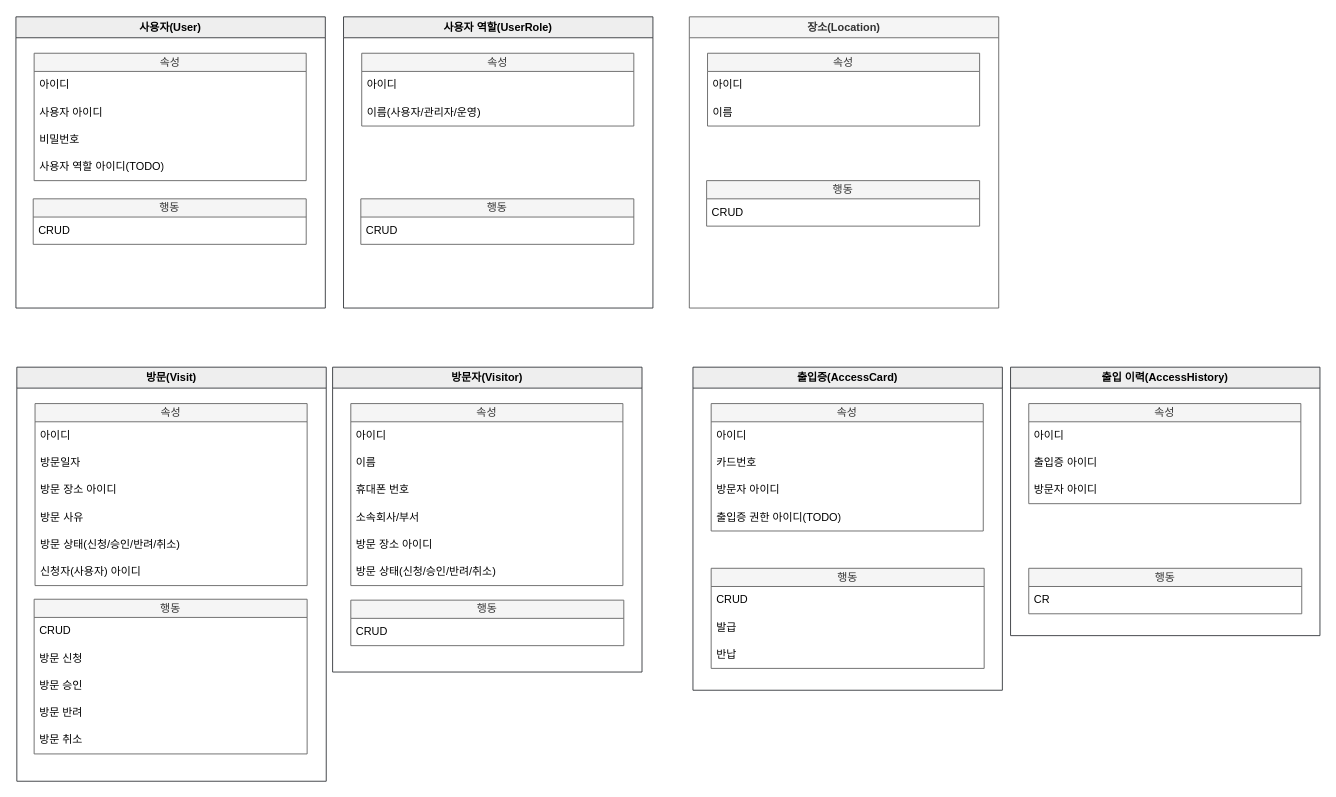
Earlier version of the draw.io diagram page "엔티티 설계" (1 of 2) of .docs/설계내용.drawio (TonyJev93/access-control-system-toypjt). Source tidied: cells renumbered, new cells numbered last; positions are measured from the earlier drawing's top-left corner, leaving out a move shared by most shapes. Both pictures are drawn from the tidied source at 91%, with x=0, y=0 at pixel (15, 16).
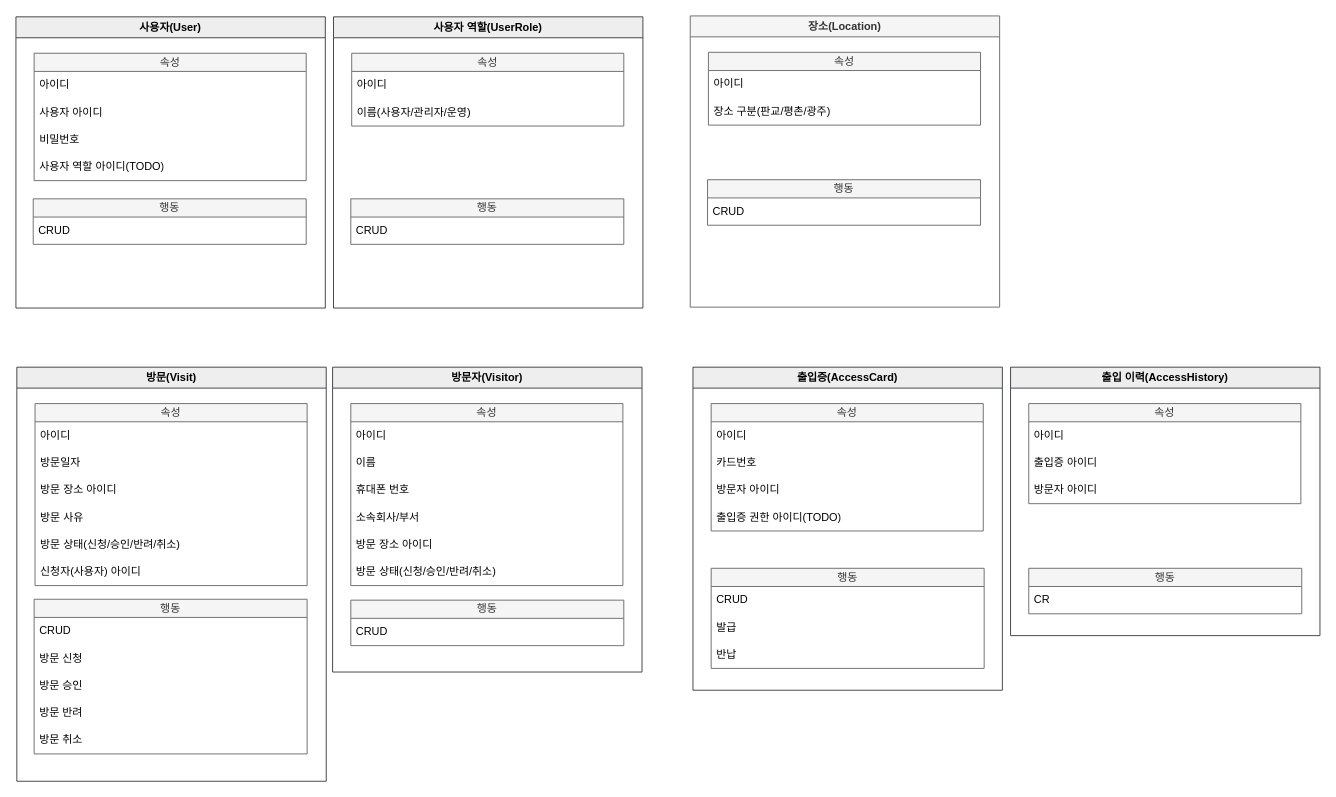
The same page after the edit.

The change refers to these unchanged cells:
```xml
<mxCell id="13" value="속성" style="swimlane;fontStyle=0;horizontal=1;startSize=20;whiteSpace=wrap;html=1;fillColor=#f5f5f5;strokeColor=#666666;fontColor=#333333;" parent="10" vertex="1">
  <mxGeometry x="20" y="40" width="299" height="80" as="geometry" />
</mxCell>
```

What changed in the source:
```diff
@@
     <mxCell id="10" value="장소(Location)" style="swimlane;whiteSpace=wrap;html=1;startSize=23;fillColor=#f5f5f5;strokeColor=#666666;fontColor=#333333;" parent="1" vertex="1">
-      <mxGeometry x="740" width="340" height="320" as="geometry" />
+      <mxGeometry x="741" y="-1" width="340" height="320" as="geometry" />
     </mxCell>
@@
-    <mxCell id="15" value="이름" style="text;strokeColor=none;fillColor=none;align=left;verticalAlign=middle;spacingLeft=4;spacingRight=4;overflow=hidden;whiteSpace=wrap;html=1;" parent="13" vertex="1">
+    <mxCell id="15" value="장소 구분(판교/평촌/광주)" style="text;strokeColor=none;fillColor=none;align=left;verticalAlign=middle;spacingLeft=4;spacingRight=4;overflow=hidden;whiteSpace=wrap;html=1;" parent="13" vertex="1">
       <mxGeometry y="50" width="299" height="30" as="geometry" />
     </mxCell>
@@
     <mxCell id="57" value="사용자 역할(UserRole)" style="swimlane;whiteSpace=wrap;html=1;startSize=23;fillColor=#eeeeee;strokeColor=#36393d;" parent="1" vertex="1">
-      <mxGeometry x="360" width="340" height="320" as="geometry" />
+      <mxGeometry x="349" width="340" height="320" as="geometry" />
     </mxCell>
```
